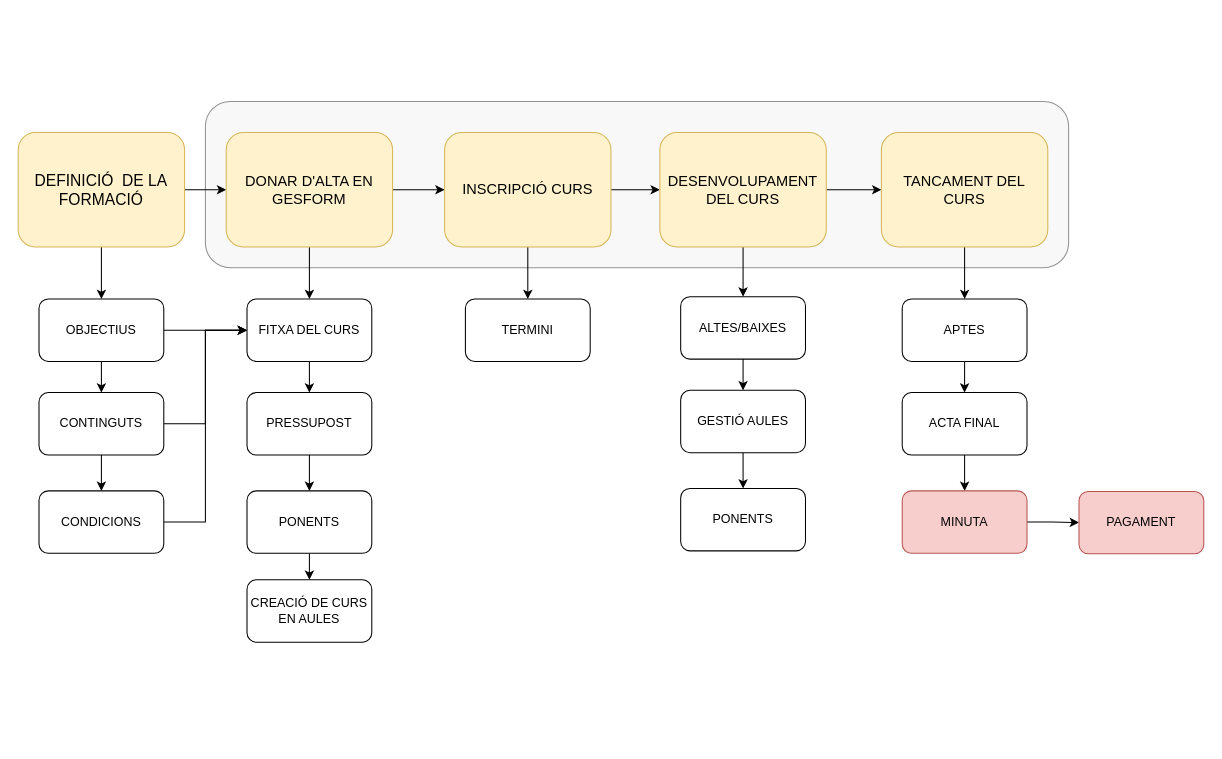
Before: Diagrama sin título.drawio in alviboi/imatges, a draw.io diagram. Source tidied: cells renumbered, new cells numbered last; positions are measured from the earlier drawing's top-left corner, leaving out a move shared by most shapes. Both pictures are drawn from the tidied source at 104%, with x=0, y=0 at pixel (18, 101).
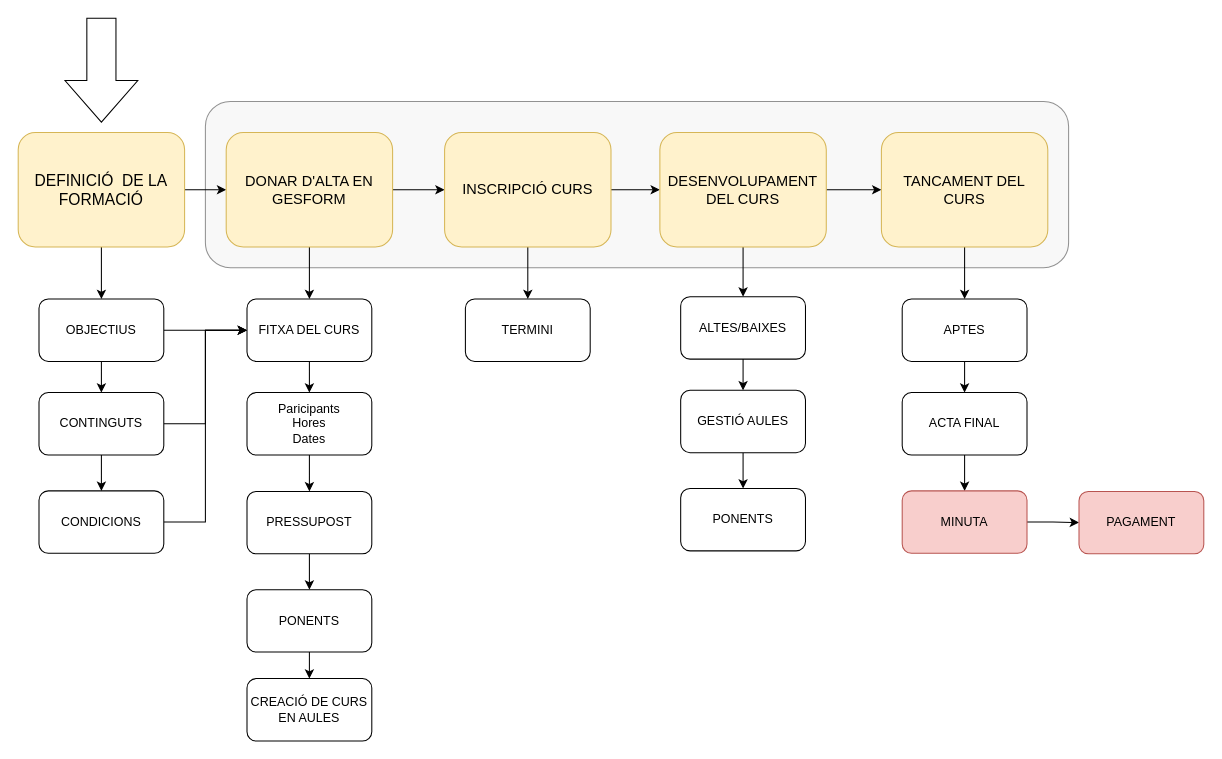
The same page after the edit.

The change refers to these unchanged cells:
```xml
<mxCell id="26" value="FITXA DEL CURS" style="rounded=1;whiteSpace=wrap;html=1;" parent="1" vertex="1">
  <mxGeometry x="220" y="190" width="120" height="60" as="geometry" />
</mxCell>
```

Diff of the diagram source:
```diff
@@
-    <mxCell id="25" style="edgeStyle=orthogonalEdgeStyle;rounded=0;jettySize=auto;html=1;" parent="1" edge="1" source="26" target="28">
-      <mxGeometry relative="1" as="geometry" />
-    </mxCell>
+    <mxCell id="45" style="edgeStyle=orthogonalEdgeStyle;rounded=0;jettySize=auto;html=1;" parent="1" edge="1" source="26" target="47">
+      <mxGeometry relative="1" as="geometry" />
+    </mxCell>
@@
     <mxCell id="28" value="PRESSUPOST" style="rounded=1;whiteSpace=wrap;html=1;" parent="1" vertex="1">
-      <mxGeometry x="220" y="280" width="120" height="60" as="geometry" />
+      <mxGeometry x="220" y="375" width="120" height="60" as="geometry" />
     </mxCell>
@@
     <mxCell id="30" value="PONENTS" style="rounded=1;whiteSpace=wrap;html=1;" parent="1" vertex="1">
-      <mxGeometry x="220" y="374.5" width="120" height="60" as="geometry" />
+      <mxGeometry x="220" y="469.5" width="120" height="60" as="geometry" />
     </mxCell>
@@
     <mxCell id="43" value="CREACIÓ DE CURS EN AULES" style="rounded=1;whiteSpace=wrap;html=1;" parent="1" vertex="1">
-      <mxGeometry x="220" y="460" width="120" height="60" as="geometry" />
+      <mxGeometry x="220" y="555" width="120" height="60" as="geometry" />
     </mxCell>
@@
+    <mxCell id="46" style="edgeStyle=orthogonalEdgeStyle;rounded=0;jettySize=auto;html=1;" parent="1" edge="1" source="47" target="28">
+      <mxGeometry relative="1" as="geometry" />
+    </mxCell>
+    <mxCell id="47" value="&lt;div&gt;Paricipants&lt;/div&gt;&lt;div&gt;Hores&lt;/div&gt;&lt;div&gt;Dates&lt;br&gt;&lt;/div&gt;" style="rounded=1;whiteSpace=wrap;html=1;" parent="1" vertex="1">
+      <mxGeometry x="220" y="280" width="120" height="60" as="geometry" />
+    </mxCell>
+    <mxCell id="48" style="html=1;shadow=0;dashed=0;align=center;verticalAlign=middle;shape=mxgraph.arrows2.arrow;dy=0.6;dx=40;direction=south;notch=0;" parent="1" vertex="1">
+      <mxGeometry x="45" y="-80" width="70" height="100" as="geometry" />
+    </mxCell>
```
